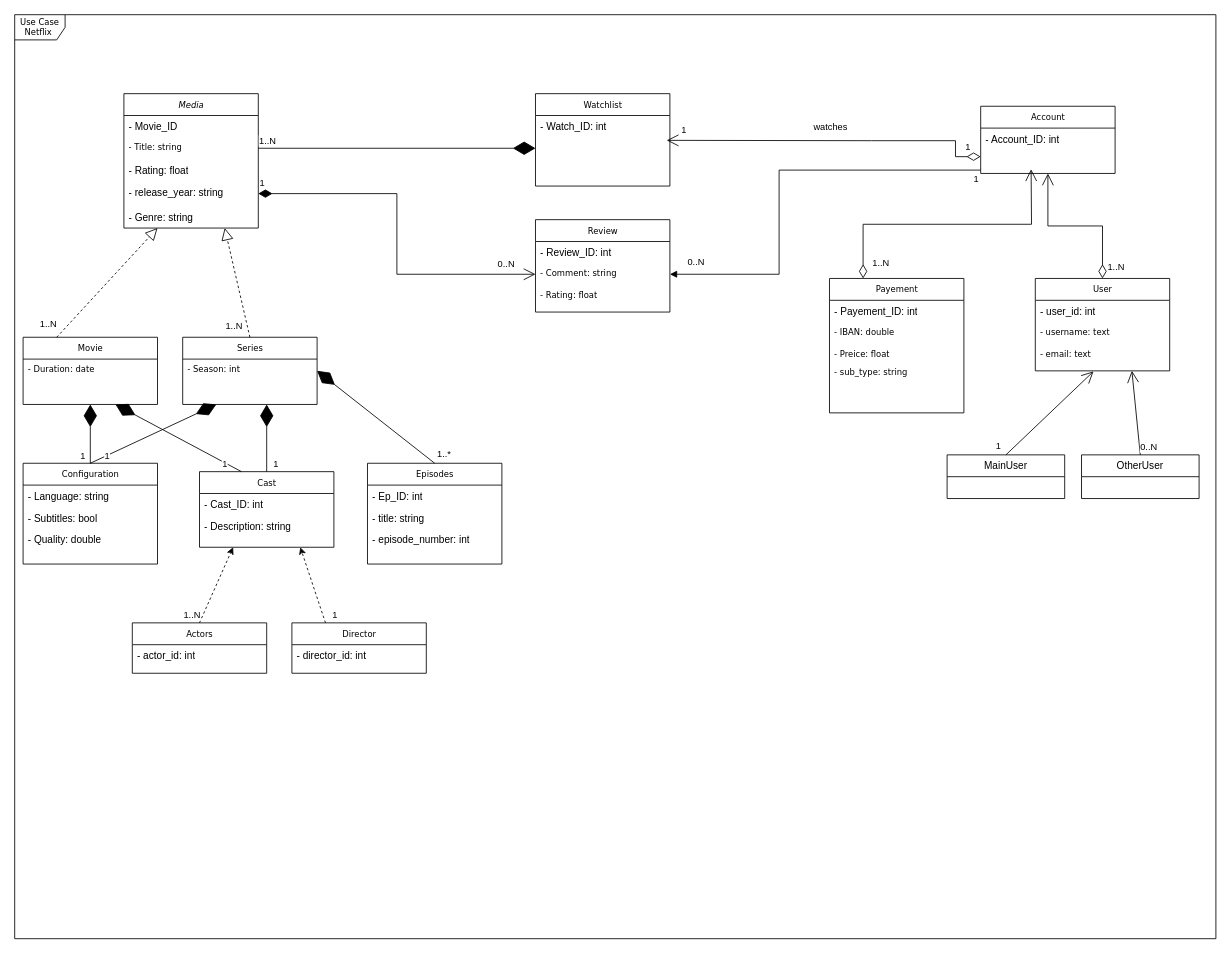
KevinGarrison/DataEngineeringProjects keeps this draw.io diagram as draw_io/uml_data_eng_project_1.drawio. Above is the earlier version. Source tidied: cells renumbered, new cells numbered last; positions are measured from the earlier drawing's top-left corner, leaving out a move shared by most shapes. Both pictures are drawn from the tidied source at 84%, with x=0, y=0 at pixel (14, 14).
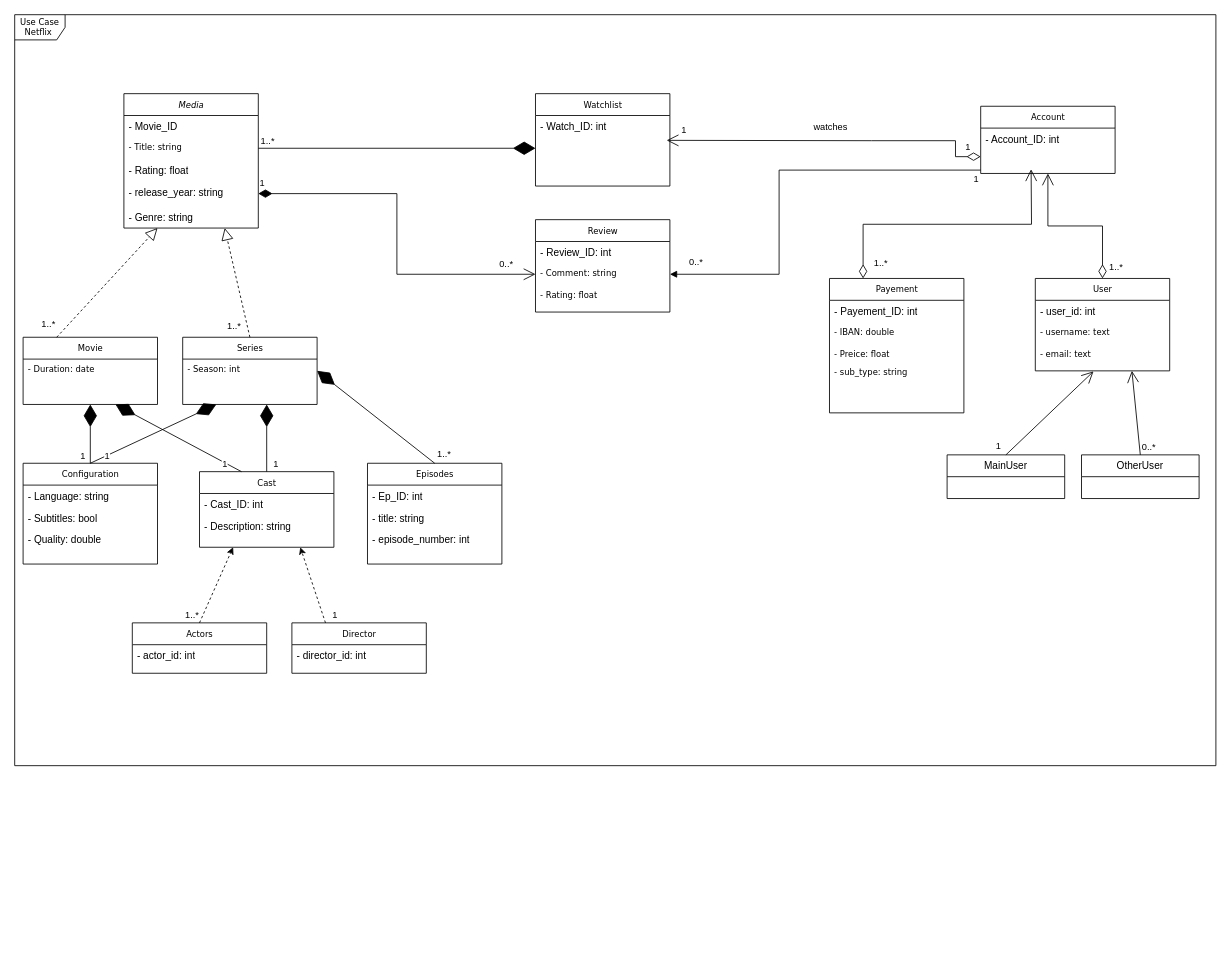
After the change.

The change refers to these unchanged cells:
```xml
<mxCell id="17" style="endArrow=block;dashed=1;endFill=0;endSize=12;html=1;rounded=0;exitX=0.25;exitY=0;exitDx=0;exitDy=0;entryX=0.25;entryY=1;entryDx=0;entryDy=0;" parent="1" edge="1" source="3" target="11">
  <mxGeometry relative="1" as="geometry" />
</mxCell>
<mxCell id="19" style="endArrow=block;dashed=1;endFill=0;endSize=12;html=1;rounded=0;entryX=0.75;entryY=1;entryDx=0;entryDy=0;exitX=0.5;exitY=0;exitDx=0;exitDy=0;" parent="1" edge="1" source="9" target="11">
  <mxGeometry relative="1" as="geometry" />
</mxCell>
<mxCell id="29" style="rounded=0;jettySize=auto;html=1;exitX=0.5;exitY=0;exitDx=0;exitDy=0;entryX=0.25;entryY=1;entryDx=0;entryDy=0;dashed=1;" parent="1" edge="1" source="31" target="33">
  <mxGeometry relative="1" as="geometry" />
</mxCell>
<mxCell id="49" style="endArrow=diamondThin;endFill=1;endSize=24;html=1;rounded=0;entryX=0;entryY=0.5;entryDx=0;entryDy=0;exitX=1;exitY=0.5;exitDx=0;exitDy=0;" parent="1" edge="1" source="13">
  <mxGeometry relative="1" as="geometry">
    <mxPoint x="620" y="159" as="targetPoint" />
  </mxGeometry>
</mxCell>
<mxCell id="61" style="endArrow=open;html=1;endSize=12;startArrow=diamondThin;startSize=14;startFill=0;edgeStyle=orthogonalEdgeStyle;align=left;verticalAlign=bottom;rounded=0;exitX=0.5;exitY=0;exitDx=0;exitDy=0;entryX=0.5;entryY=1;entryDx=0;entryDy=0;" parent="1" edge="1" source="36" target="59">
  <mxGeometry x="-1" y="3" relative="1" as="geometry" />
</mxCell>
<mxCell id="63" style="endArrow=open;html=1;endSize=12;startArrow=diamondThin;startSize=14;startFill=0;edgeStyle=orthogonalEdgeStyle;align=left;verticalAlign=bottom;rounded=0;exitX=0.25;exitY=0;exitDx=0;exitDy=0;" parent="1" edge="1" source="40">
  <mxGeometry x="-1" y="3" relative="1" as="geometry">
    <mxPoint x="1210" y="184" as="targetPoint" />
  </mxGeometry>
</mxCell>
<mxCell id="73" style="endArrow=open;endFill=1;endSize=12;html=1;rounded=0;exitX=0.5;exitY=0;exitDx=0;exitDy=0;" parent="1" edge="1" source="70">
  <mxGeometry relative="1" as="geometry">
    <mxPoint x="1330" y="424" as="targetPoint" />
  </mxGeometry>
</mxCell>
<mxCell id="78" style="endArrow=block;endFill=1;html=1;edgeStyle=orthogonalEdgeStyle;align=left;verticalAlign=top;rounded=0;entryX=1;entryY=0.5;entryDx=0;entryDy=0;" parent="1" edge="1" target="47">
  <mxGeometry x="-1" relative="1" as="geometry">
    <mxPoint x="1150" y="185" as="sourcePoint" />
    <Array as="points">
      <mxPoint x="910" y="185" />
      <mxPoint x="910" y="309" />
    </Array>
  </mxGeometry>
</mxCell>
<mxCell id="81" value="1" style="endArrow=open;html=1;endSize=12;startArrow=diamondThin;startSize=14;startFill=1;edgeStyle=orthogonalEdgeStyle;align=left;verticalAlign=bottom;rounded=0;exitX=1;exitY=0.5;exitDx=0;exitDy=0;entryX=0;entryY=0.5;entryDx=0;entryDy=0;" parent="1" edge="1" source="15" target="47">
  <mxGeometry x="-1" y="3" relative="1" as="geometry" />
</mxCell>
```

Diff of the diagram source:
```diff
@@
     <mxCell id="2" value="Use Case Netflix&amp;nbsp;" style="shape=umlFrame;whiteSpace=wrap;html=1;rounded=0;shadow=0;comic=0;labelBackgroundColor=none;strokeWidth=1;fontFamily=Verdana;fontSize=10;align=center;" parent="1" vertex="1">
-      <mxGeometry width="1430" height="1100" as="geometry" />
+      <mxGeometry width="1430" height="894" as="geometry" />
     </mxCell>
@@
-    <mxCell id="18" value="1..N" style="edgeLabel;html=1;align=center;verticalAlign=middle;" parent="17" vertex="1">
+    <mxCell id="18" value="1..*" style="edgeLabel;html=1;align=center;verticalAlign=middle;" parent="17" vertex="1">
       <mxGeometry x="-0.77" y="-1" relative="1" as="geometry">
         <mxPoint x="-25" y="-2" as="offset" />
       </mxGeometry>
     </mxCell>
@@
-    <mxCell id="20" value="1..N" style="edgeLabel;html=1;align=center;verticalAlign=middle;" parent="19" vertex="1">
+    <mxCell id="20" value="1..*" style="edgeLabel;html=1;align=center;verticalAlign=middle;" parent="19" vertex="1">
       <mxGeometry x="-0.76" y="1" relative="1" as="geometry">
         <mxPoint x="-15" y="2" as="offset" />
       </mxGeometry>
     </mxCell>
@@
-    <mxCell id="30" value="1..N" style="edgeLabel;html=1;align=center;verticalAlign=middle;" parent="29" vertex="1">
+    <mxCell id="30" value="1..*" style="edgeLabel;html=1;align=center;verticalAlign=middle;" parent="29" vertex="1">
       <mxGeometry x="-0.8" y="1" relative="1" as="geometry">
         <mxPoint x="-13" as="offset" />
       </mxGeometry>
     </mxCell>
@@
-    <mxCell id="50" value="1..N" style="edgeLabel;html=1;align=center;verticalAlign=middle;" parent="49" vertex="1">
+    <mxCell id="50" value="1..*" style="edgeLabel;html=1;align=center;verticalAlign=middle;" parent="49" vertex="1">
       <mxGeometry x="-0.73" y="-2" relative="1" as="geometry">
         <mxPoint x="-35" y="-12" as="offset" />
       </mxGeometry>
     </mxCell>
@@
-    <mxCell id="62" value="1..N" style="edgeLabel;html=1;align=center;verticalAlign=middle;" parent="61" vertex="1">
+    <mxCell id="62" value="1..*" style="edgeLabel;html=1;align=center;verticalAlign=middle;" parent="61" vertex="1">
       <mxGeometry x="-0.92" relative="1" as="geometry">
         <mxPoint x="15" y="-7" as="offset" />
       </mxGeometry>
     </mxCell>
@@
-    <mxCell id="64" value="1..N" style="edgeLabel;html=1;align=center;verticalAlign=middle;" parent="63" vertex="1">
+    <mxCell id="64" value="1..*" style="edgeLabel;html=1;align=center;verticalAlign=middle;" parent="63" vertex="1">
       <mxGeometry x="-0.95" y="-1" relative="1" as="geometry">
         <mxPoint x="19" y="-11" as="offset" />
       </mxGeometry>
     </mxCell>
@@
-    <mxCell id="74" value="0..N" style="edgeLabel;html=1;align=center;verticalAlign=middle;" parent="73" vertex="1">
+    <mxCell id="74" value="0..*" style="edgeLabel;html=1;align=center;verticalAlign=middle;" parent="73" vertex="1">
       <mxGeometry x="-0.75" relative="1" as="geometry">
         <mxPoint x="11" y="3" as="offset" />
       </mxGeometry>
     </mxCell>
@@
-    <mxCell id="80" value="0..N" style="edgeLabel;html=1;align=center;verticalAlign=middle;" parent="78" vertex="1">
+    <mxCell id="80" value="0..*" style="edgeLabel;html=1;align=center;verticalAlign=middle;" parent="78" vertex="1">
       <mxGeometry x="0.93" y="-1" relative="1" as="geometry">
         <mxPoint x="13" y="-14" as="offset" />
       </mxGeometry>
     </mxCell>
@@
-    <mxCell id="82" value="0..N" style="edgeLabel;html=1;align=center;verticalAlign=middle;" parent="81" vertex="1">
+    <mxCell id="82" value="0..*" style="edgeLabel;html=1;align=center;verticalAlign=middle;" parent="81" vertex="1">
       <mxGeometry x="0.83" relative="1" as="geometry">
         <mxPoint y="-13" as="offset" />
       </mxGeometry>
     </mxCell>
```
